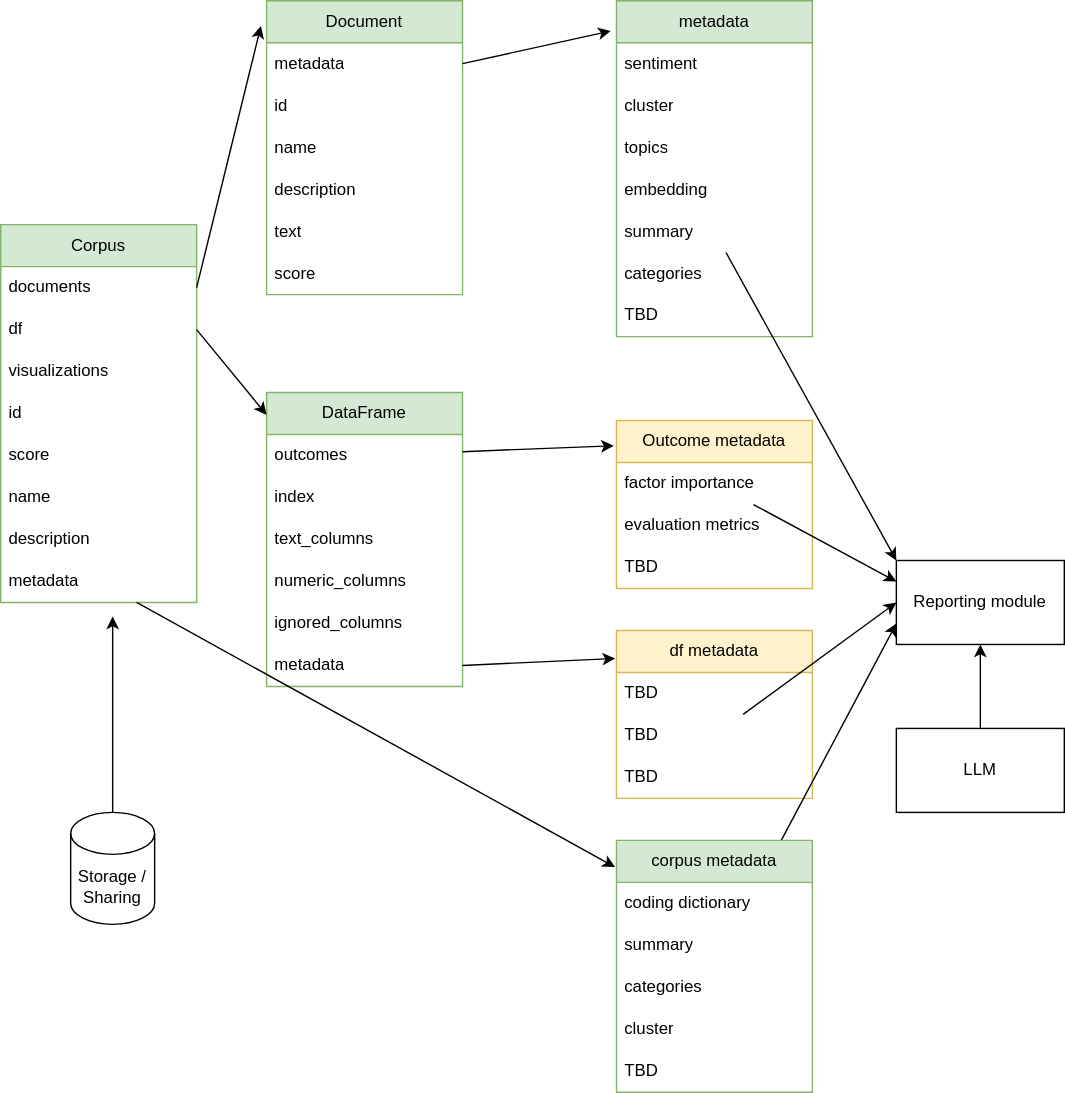
dermatologist/crisp-t keeps this draw.io diagram as notes/arch.drawio.svg. Above is the earlier version. Source tidied: cells renumbered, new cells last; positions are measured from the earlier drawing's top-left corner, leaving out a move shared by most shapes.
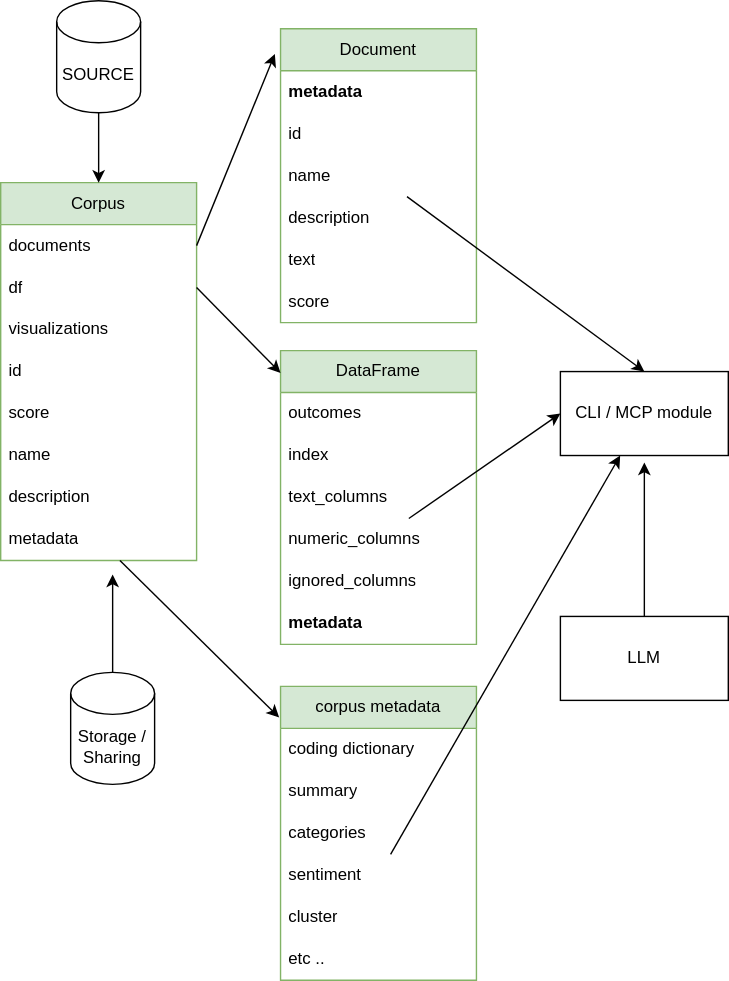
After the change.

Change to the diagram source:
```diff
@@ -3,9 +3,9 @@
     <mxCell id="0" />
     <mxCell id="1" parent="0" />
     <mxCell id="2" value="Document" style="swimlane;fontStyle=0;horizontal=1;startSize=30;whiteSpace=wrap;html=1;fillColor=#d5e8d4;strokeColor=#82b366;" parent="1" vertex="1">
-      <mxGeometry x="190" width="140" height="210" as="geometry" />
+      <mxGeometry x="200" y="50" width="140" height="210" as="geometry" />
     </mxCell>
-    <mxCell id="3" value="metadata" style="text;strokeColor=none;fillColor=none;align=left;verticalAlign=middle;spacingLeft=4;spacingRight=4;overflow=hidden;points=[[0,0.5],[1,0.5]];portConstraint=eastwest;whiteSpace=wrap;html=1;" parent="2" vertex="1">
+    <mxCell id="3" value="&lt;b&gt;metadata&lt;/b&gt;" style="text;strokeColor=none;fillColor=none;align=left;verticalAlign=middle;spacingLeft=4;spacingRight=4;overflow=hidden;points=[[0,0.5],[1,0.5]];portConstraint=eastwest;whiteSpace=wrap;html=1;" parent="2" vertex="1">
       <mxGeometry y="30" width="140" height="30" as="geometry" />
     </mxCell>
     <mxCell id="4" value="id" style="text;strokeColor=none;fillColor=none;align=left;verticalAlign=middle;spacingLeft=4;spacingRight=4;overflow=hidden;whiteSpace=wrap;html=1;" parent="2" vertex="1">
@@ -23,35 +23,8 @@
     <mxCell id="8" value="score" style="text;strokeColor=none;fillColor=none;align=left;verticalAlign=middle;spacingLeft=4;spacingRight=4;overflow=hidden;whiteSpace=wrap;html=1;" parent="2" vertex="1">
       <mxGeometry y="180" width="140" height="30" as="geometry" />
     </mxCell>
-    <mxCell id="9" value="metadata" style="swimlane;fontStyle=0;horizontal=1;startSize=30;whiteSpace=wrap;html=1;fillColor=#d5e8d4;strokeColor=#82b366;" parent="1" vertex="1">
-      <mxGeometry x="440" width="140" height="240" as="geometry" />
-    </mxCell>
-    <mxCell id="10" value="sentiment" style="text;strokeColor=none;fillColor=none;align=left;verticalAlign=middle;spacingLeft=4;spacingRight=4;overflow=hidden;points=[[0,0.5],[1,0.5]];portConstraint=eastwest;whiteSpace=wrap;html=1;" parent="9" vertex="1">
-      <mxGeometry y="30" width="140" height="30" as="geometry" />
-    </mxCell>
-    <mxCell id="11" value="cluster" style="text;strokeColor=none;fillColor=none;align=left;verticalAlign=middle;spacingLeft=4;spacingRight=4;overflow=hidden;whiteSpace=wrap;html=1;" parent="9" vertex="1">
-      <mxGeometry y="60" width="140" height="30" as="geometry" />
-    </mxCell>
-    <mxCell id="12" value="topics" style="text;strokeColor=none;fillColor=none;align=left;verticalAlign=middle;spacingLeft=4;spacingRight=4;overflow=hidden;whiteSpace=wrap;html=1;" parent="9" vertex="1">
-      <mxGeometry y="90" width="140" height="30" as="geometry" />
-    </mxCell>
-    <mxCell id="13" value="embedding" style="text;strokeColor=none;fillColor=none;align=left;verticalAlign=middle;spacingLeft=4;spacingRight=4;overflow=hidden;whiteSpace=wrap;html=1;" parent="9" vertex="1">
-      <mxGeometry y="120" width="140" height="30" as="geometry" />
-    </mxCell>
-    <mxCell id="14" value="summary" style="text;strokeColor=none;fillColor=none;align=left;verticalAlign=middle;spacingLeft=4;spacingRight=4;overflow=hidden;points=[[0,0.5],[1,0.5]];portConstraint=eastwest;whiteSpace=wrap;html=1;" parent="9" vertex="1">
-      <mxGeometry y="150" width="140" height="30" as="geometry" />
-    </mxCell>
-    <mxCell id="15" value="categories" style="text;strokeColor=none;fillColor=none;align=left;verticalAlign=middle;spacingLeft=4;spacingRight=4;overflow=hidden;whiteSpace=wrap;html=1;" parent="9" vertex="1">
-      <mxGeometry y="180" width="140" height="30" as="geometry" />
-    </mxCell>
-    <mxCell id="16" value="TBD" style="text;strokeColor=none;fillColor=none;align=left;verticalAlign=middle;spacingLeft=4;spacingRight=4;overflow=hidden;whiteSpace=wrap;html=1;" parent="9" vertex="1">
-      <mxGeometry y="210" width="140" height="30" as="geometry" />
-    </mxCell>
-    <mxCell id="17" style="edgeStyle=none;html=1;exitX=1;exitY=0.5;exitDx=0;exitDy=0;entryX=-0.029;entryY=0.09;entryDx=0;entryDy=0;entryPerimeter=0;" parent="1" edge="1" source="3" target="9">
-      <mxGeometry relative="1" as="geometry" />
-    </mxCell>
     <mxCell id="18" value="DataFrame" style="swimlane;fontStyle=0;horizontal=1;startSize=30;whiteSpace=wrap;html=1;fillColor=#d5e8d4;strokeColor=#82b366;" parent="1" vertex="1">
-      <mxGeometry x="190" y="280" width="140" height="210" as="geometry" />
+      <mxGeometry x="200" y="280" width="140" height="210" as="geometry" />
     </mxCell>
     <mxCell id="19" value="outcomes" style="text;strokeColor=none;fillColor=none;align=left;verticalAlign=middle;spacingLeft=4;spacingRight=4;overflow=hidden;points=[[0,0.5],[1,0.5]];portConstraint=eastwest;whiteSpace=wrap;html=1;" parent="18" vertex="1">
       <mxGeometry y="30" width="140" height="30" as="geometry" />
@@ -68,39 +41,9 @@
     <mxCell id="23" value="ignored_columns" style="text;strokeColor=none;fillColor=none;align=left;verticalAlign=middle;spacingLeft=4;spacingRight=4;overflow=hidden;whiteSpace=wrap;html=1;" parent="18" vertex="1">
       <mxGeometry y="150" width="140" height="30" as="geometry" />
     </mxCell>
-    <mxCell id="24" value="metadata" style="text;strokeColor=none;fillColor=none;align=left;verticalAlign=middle;spacingLeft=4;spacingRight=4;overflow=hidden;points=[[0,0.5],[1,0.5]];portConstraint=eastwest;whiteSpace=wrap;html=1;" parent="18" vertex="1">
+    <mxCell id="24" value="&lt;b&gt;metadata&lt;/b&gt;" style="text;strokeColor=none;fillColor=none;align=left;verticalAlign=middle;spacingLeft=4;spacingRight=4;overflow=hidden;points=[[0,0.5],[1,0.5]];portConstraint=eastwest;whiteSpace=wrap;html=1;" parent="18" vertex="1">
       <mxGeometry y="180" width="140" height="30" as="geometry" />
     </mxCell>
-    <mxCell id="25" value="Outcome metadata" style="swimlane;fontStyle=0;horizontal=1;startSize=30;whiteSpace=wrap;html=1;fillColor=#fff2cc;strokeColor=#d6b656;" parent="1" vertex="1">
-      <mxGeometry x="440" y="300" width="140" height="120" as="geometry" />
-    </mxCell>
-    <mxCell id="26" value="factor importance" style="text;strokeColor=none;fillColor=none;align=left;verticalAlign=middle;spacingLeft=4;spacingRight=4;overflow=hidden;points=[[0,0.5],[1,0.5]];portConstraint=eastwest;whiteSpace=wrap;html=1;" parent="25" vertex="1">
-      <mxGeometry y="30" width="140" height="30" as="geometry" />
-    </mxCell>
-    <mxCell id="27" value="evaluation metrics" style="text;strokeColor=none;fillColor=none;align=left;verticalAlign=middle;spacingLeft=4;spacingRight=4;overflow=hidden;whiteSpace=wrap;html=1;" parent="25" vertex="1">
-      <mxGeometry y="60" width="140" height="30" as="geometry" />
-    </mxCell>
-    <mxCell id="28" value="TBD" style="text;strokeColor=none;fillColor=none;align=left;verticalAlign=middle;spacingLeft=4;spacingRight=4;overflow=hidden;whiteSpace=wrap;html=1;" parent="25" vertex="1">
-      <mxGeometry y="90" width="140" height="30" as="geometry" />
-    </mxCell>
-    <mxCell id="29" style="edgeStyle=none;html=1;entryX=-0.014;entryY=0.15;entryDx=0;entryDy=0;entryPerimeter=0;" parent="1" edge="1" source="19" target="25">
-      <mxGeometry relative="1" as="geometry" />
-    </mxCell>
-    <mxCell id="30" value="df metadata" style="swimlane;fontStyle=0;horizontal=1;startSize=30;whiteSpace=wrap;html=1;fillColor=#fff2cc;strokeColor=#d6b656;" parent="1" vertex="1">
-      <mxGeometry x="440" y="450" width="140" height="120" as="geometry" />
-    </mxCell>
-    <mxCell id="31" value="TBD" style="text;strokeColor=none;fillColor=none;align=left;verticalAlign=middle;spacingLeft=4;spacingRight=4;overflow=hidden;whiteSpace=wrap;html=1;" parent="30" vertex="1">
-      <mxGeometry y="30" width="140" height="30" as="geometry" />
-    </mxCell>
-    <mxCell id="32" value="TBD" style="text;strokeColor=none;fillColor=none;align=left;verticalAlign=middle;spacingLeft=4;spacingRight=4;overflow=hidden;points=[[0,0.5],[1,0.5]];portConstraint=eastwest;whiteSpace=wrap;html=1;" parent="30" vertex="1">
-      <mxGeometry y="60" width="140" height="30" as="geometry" />
-    </mxCell>
-    <mxCell id="33" value="TBD" style="text;strokeColor=none;fillColor=none;align=left;verticalAlign=middle;spacingLeft=4;spacingRight=4;overflow=hidden;whiteSpace=wrap;html=1;" parent="30" vertex="1">
-      <mxGeometry y="90" width="140" height="30" as="geometry" />
-    </mxCell>
-    <mxCell id="34" style="edgeStyle=none;html=1;exitX=1;exitY=0.5;exitDx=0;exitDy=0;entryX=-0.007;entryY=0.167;entryDx=0;entryDy=0;entryPerimeter=0;" parent="1" edge="1" source="24" target="30">
-      <mxGeometry relative="1" as="geometry" />
-    </mxCell>
     <mxCell id="35" value="Corpus" style="swimlane;fontStyle=0;horizontal=1;startSize=30;whiteSpace=wrap;html=1;fillColor=#d5e8d4;strokeColor=#82b366;" parent="1" vertex="1">
       <mxGeometry y="160" width="140" height="270" as="geometry" />
     </mxCell>
@@ -134,11 +77,8 @@
     <mxCell id="45" style="edgeStyle=none;html=1;exitX=1;exitY=0.5;exitDx=0;exitDy=0;entryX=0;entryY=0.076;entryDx=0;entryDy=0;entryPerimeter=0;" parent="1" edge="1" source="37" target="18">
       <mxGeometry relative="1" as="geometry" />
     </mxCell>
-    <mxCell id="46" style="edgeStyle=none;html=1;entryX=0;entryY=0.75;entryDx=0;entryDy=0;" parent="1" edge="1" source="47" target="56">
-      <mxGeometry relative="1" as="geometry" />
-    </mxCell>
     <mxCell id="47" value="corpus metadata" style="swimlane;fontStyle=0;horizontal=1;startSize=30;whiteSpace=wrap;html=1;fillColor=#d5e8d4;strokeColor=#82b366;" parent="1" vertex="1">
-      <mxGeometry x="440" y="600" width="140" height="180" as="geometry" />
+      <mxGeometry x="200" y="520" width="140" height="210" as="geometry" />
     </mxCell>
     <mxCell id="48" value="coding dictionary" style="text;strokeColor=none;fillColor=none;align=left;verticalAlign=middle;spacingLeft=4;spacingRight=4;overflow=hidden;whiteSpace=wrap;html=1;" parent="47" vertex="1">
       <mxGeometry y="30" width="140" height="30" as="geometry" />
@@ -149,11 +89,14 @@
     <mxCell id="50" value="categories" style="text;strokeColor=none;fillColor=none;align=left;verticalAlign=middle;spacingLeft=4;spacingRight=4;overflow=hidden;whiteSpace=wrap;html=1;" parent="47" vertex="1">
       <mxGeometry y="90" width="140" height="30" as="geometry" />
     </mxCell>
+    <mxCell id="10" value="sentiment" style="text;strokeColor=none;fillColor=none;align=left;verticalAlign=middle;spacingLeft=4;spacingRight=4;overflow=hidden;points=[[0,0.5],[1,0.5]];portConstraint=eastwest;whiteSpace=wrap;html=1;" parent="47" vertex="1">
+      <mxGeometry y="120" width="140" height="30" as="geometry" />
+    </mxCell>
     <mxCell id="51" value="cluster" style="text;strokeColor=none;fillColor=none;align=left;verticalAlign=middle;spacingLeft=4;spacingRight=4;overflow=hidden;whiteSpace=wrap;html=1;" parent="47" vertex="1">
-      <mxGeometry y="120" width="140" height="30" as="geometry" />
+      <mxGeometry y="150" width="140" height="30" as="geometry" />
     </mxCell>
-    <mxCell id="52" value="TBD" style="text;strokeColor=none;fillColor=none;align=left;verticalAlign=middle;spacingLeft=4;spacingRight=4;overflow=hidden;whiteSpace=wrap;html=1;" parent="47" vertex="1">
-      <mxGeometry y="150" width="140" height="30" as="geometry" />
+    <mxCell id="52" value="etc .." style="text;strokeColor=none;fillColor=none;align=left;verticalAlign=middle;spacingLeft=4;spacingRight=4;overflow=hidden;whiteSpace=wrap;html=1;" parent="47" vertex="1">
+      <mxGeometry y="180" width="140" height="30" as="geometry" />
     </mxCell>
     <mxCell id="53" style="edgeStyle=none;html=1;" parent="1" edge="1" source="54">
       <mxGeometry relative="1" as="geometry">
@@ -161,28 +104,36 @@
       </mxGeometry>
     </mxCell>
     <mxCell id="54" value="Storage / Sharing" style="shape=cylinder3;whiteSpace=wrap;html=1;boundedLbl=1;backgroundOutline=1;size=15;" parent="1" vertex="1">
-      <mxGeometry x="50" y="580" width="60" height="80" as="geometry" />
+      <mxGeometry x="50" y="510" width="60" height="80" as="geometry" />
     </mxCell>
     <mxCell id="55" style="edgeStyle=none;html=1;entryX=-0.007;entryY=0.106;entryDx=0;entryDy=0;entryPerimeter=0;" parent="1" edge="1" source="43" target="47">
       <mxGeometry relative="1" as="geometry" />
     </mxCell>
-    <mxCell id="56" value="Reporting module" style="rounded=0;whiteSpace=wrap;html=1;" parent="1" vertex="1">
-      <mxGeometry x="640" y="400" width="120" height="60" as="geometry" />
+    <mxCell id="56" value="CLI / MCP module" style="rounded=0;whiteSpace=wrap;html=1;" parent="1" vertex="1">
+      <mxGeometry x="400" y="295" width="120" height="60" as="geometry" />
     </mxCell>
+    <mxCell id="62" style="edgeStyle=none;html=1;" parent="1" edge="1" source="58">
+      <mxGeometry relative="1" as="geometry">
+        <mxPoint x="460" y="360" as="targetPoint" />
+      </mxGeometry>
+    </mxCell>
+    <mxCell id="58" value="LLM" style="rounded=0;whiteSpace=wrap;html=1;" parent="1" vertex="1">
+      <mxGeometry x="400" y="470" width="120" height="60" as="geometry" />
+    </mxCell>
-    <mxCell id="57" style="edgeStyle=none;html=1;entryX=0.5;entryY=1;entryDx=0;entryDy=0;" parent="1" edge="1" source="58" target="56">
+    <mxCell id="57" style="edgeStyle=none;html=1;entryX=0.5;entryY=0;entryDx=0;entryDy=0;" parent="1" edge="1" source="5" target="56">
       <mxGeometry relative="1" as="geometry" />
     </mxCell>
-    <mxCell id="58" value="LLM" style="rounded=0;whiteSpace=wrap;html=1;" parent="1" vertex="1">
-      <mxGeometry x="640" y="520" width="120" height="60" as="geometry" />
-    </mxCell>
-    <mxCell id="59" style="edgeStyle=none;html=1;entryX=0;entryY=0.5;entryDx=0;entryDy=0;" parent="1" edge="1" source="32" target="56">
-      <mxGeometry relative="1" as="geometry" />
-    </mxCell>
-    <mxCell id="60" style="edgeStyle=none;html=1;entryX=0;entryY=0.25;entryDx=0;entryDy=0;" parent="1" edge="1" source="26" target="56">
-      <mxGeometry relative="1" as="geometry" />
-    </mxCell>
-    <mxCell id="61" style="edgeStyle=none;html=1;entryX=0;entryY=0;entryDx=0;entryDy=0;" parent="1" edge="1" source="14" target="56">
-      <mxGeometry relative="1" as="geometry" />
-    </mxCell>
+    <mxCell id="63" style="edgeStyle=none;html=1;entryX=0;entryY=0.5;entryDx=0;entryDy=0;" parent="1" edge="1" source="22" target="56">
+      <mxGeometry relative="1" as="geometry" />
+    </mxCell>
+    <mxCell id="64" style="edgeStyle=none;html=1;" parent="1" edge="1" source="10" target="56">
+      <mxGeometry relative="1" as="geometry" />
+    </mxCell>
+    <mxCell id="65" style="edgeStyle=none;html=1;entryX=0.5;entryY=0;entryDx=0;entryDy=0;" parent="1" edge="1" source="66" target="35">
+      <mxGeometry relative="1" as="geometry" />
+    </mxCell>
+    <mxCell id="66" value="SOURCE" style="shape=cylinder3;whiteSpace=wrap;html=1;boundedLbl=1;backgroundOutline=1;size=15;" parent="1" vertex="1">
+      <mxGeometry x="40" y="30" width="60" height="80" as="geometry" />
+    </mxCell>
   </root>
 </mxGraphModel>
```
